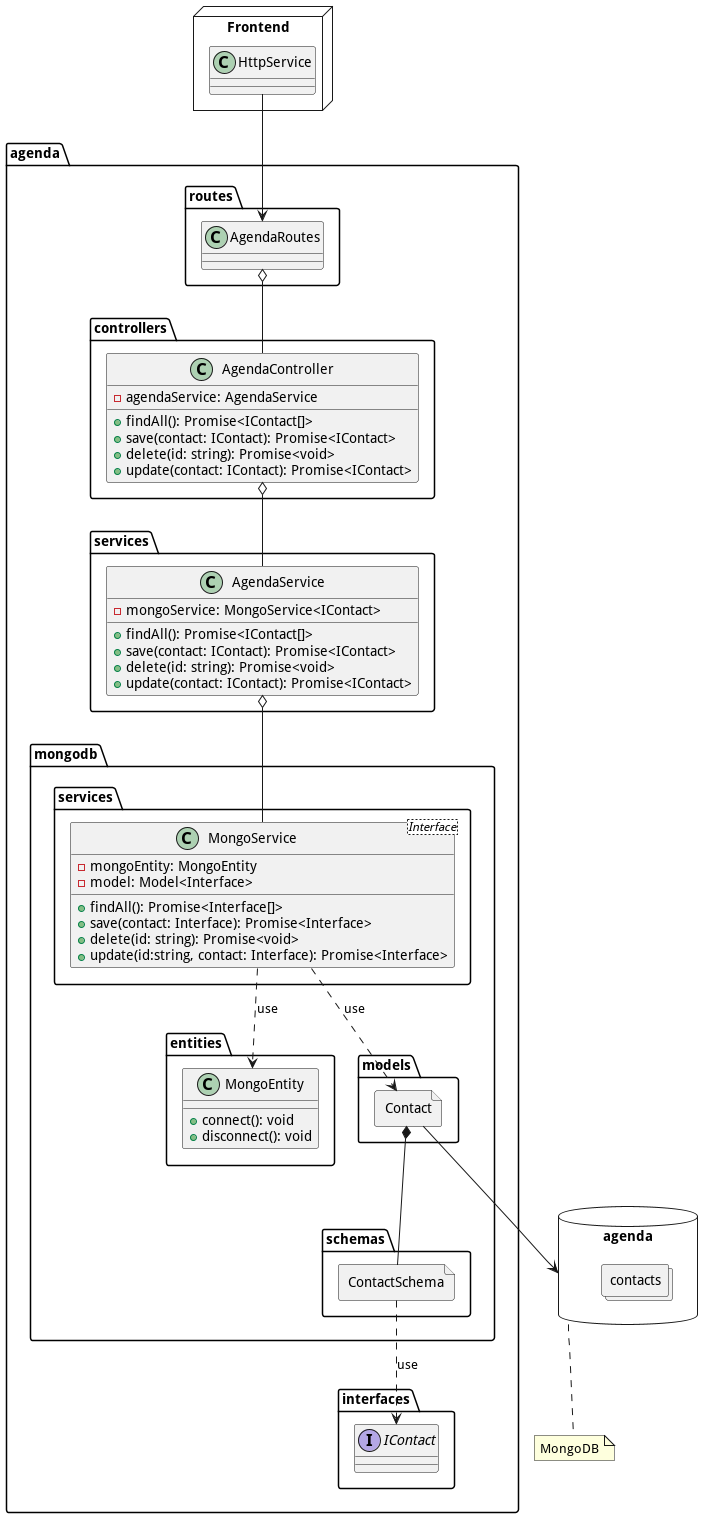
This is docs/uml/Server.png from raulwwq0/Agenda-TypeScript, a PlantUML export, as it was before one commit. Its diagram source:
```plantuml
@startuml Server
allowmixing

package agenda {
    package controllers {
        class AgendaController {
            - agendaService: AgendaService
            + findAll(): Promise<IContact[]>
            + save(contact: IContact): Promise<IContact>
            + delete(id: string): Promise<void>
            + update(contact: IContact): Promise<IContact>
        }
    }

    package interfaces {
        interface IContact
    }

    package routes {
        class AgendaRoutes
    }

    package services {
        class AgendaService {
            - mongoService: MongoService<IContact>
            + findAll(): Promise<IContact[]>
            + save(contact: IContact): Promise<IContact>
            + delete(id: string): Promise<void>
            + update(contact: IContact): Promise<IContact>
        }
    }

    package mongodb {
        package entities {
            class MongoEntity {
                + connect(): void
                + disconnect(): void
            }
        }

        package models {
            file Contact
        }

        package schemas {
            file ContactSchema
        }

        package services as MongoServices {
            class MongoService<Interface> {
                - mongoEntity: MongoEntity
                - model: Model<Interface>
                + findAll(): Promise<Interface[]>
                + save(contact: Interface): Promise<Interface>
                + delete(id: string): Promise<void>
                + update(id:string, contact: Interface): Promise<Interface>
            }
        }
    }

    AgendaController o-- AgendaService
    AgendaRoutes o-- AgendaController
    AgendaService o-- MongoService
    MongoService -[dashed]-> MongoEntity: "use"
    MongoService -[dashed]-> Contact: "use"
    Contact *-- ContactSchema
    ContactSchema -[dashed]-> IContact: "use"
    Contact --> agendaMongoDB
}

database agenda as agendaMongoDB {
    collections contacts
}

note bottom of agendaMongoDB
    MongoDB
end note

node Frontend {
    class HttpService{}

    HttpService --> AgendaRoutes
}
@enduml
```
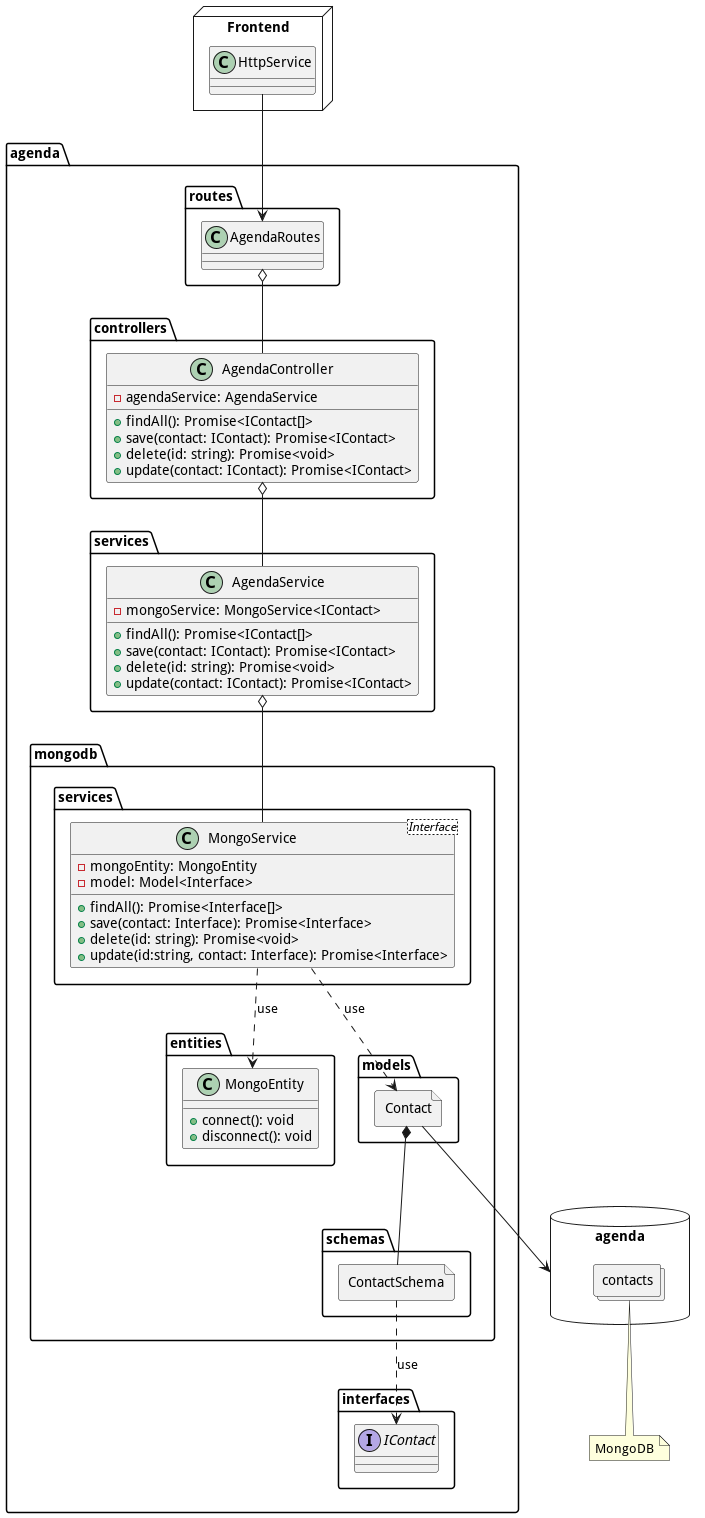
After the change.

Commit message:
docs: uml image processed

The edit, as a diff of the source:
```diff
@@ -72,9 +72,7 @@
     collections contacts
 }
 
-note bottom of agendaMongoDB
-    MongoDB
-end note
+note bottom: MongoDB
 
 node Frontend {
     class HttpService{}
```
